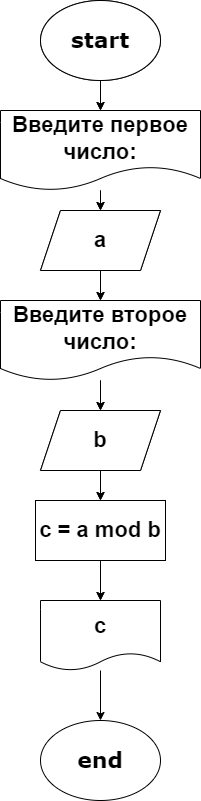
The draw.io diagram 005-chapter/002/05_diagram.drawio.png in me4tatelnica/fuulstack-lessons-ska, before a commit. Source tidied: cells renumbered, new cells last; positions are measured from the earlier drawing's top-left corner, leaving out a move shared by most shapes.
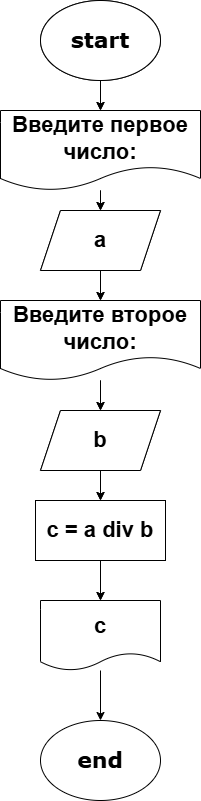
The same file after the commit.

Commit message:
Исправлена пятая схема

The edit, as a diff of the source:
```diff
@@ -75,7 +75,7 @@
     <mxCell id="22" style="edgeStyle=none;html=1;" parent="1" edge="1" source="26" target="24">
       <mxGeometry relative="1" as="geometry" />
     </mxCell>
-    <mxCell id="23" value="&lt;b&gt;&lt;font style=&quot;font-size: 22px;&quot;&gt;c = a mod b&lt;/font&gt;&lt;/b&gt;" style="rounded=0;whiteSpace=wrap;html=1;" parent="1" vertex="1">
+    <mxCell id="23" value="&lt;b&gt;&lt;font style=&quot;font-size: 22px;&quot;&gt;c = a div b&lt;/font&gt;&lt;/b&gt;" style="rounded=0;whiteSpace=wrap;html=1;" parent="1" vertex="1">
       <mxGeometry x="35" y="500" width="130" height="60" as="geometry" />
     </mxCell>
     <mxCell id="24" value="&lt;font face=&quot;Verdana&quot;&gt;&lt;span style=&quot;font-size: 22px;&quot;&gt;&lt;b&gt;end&lt;/b&gt;&lt;/span&gt;&lt;/font&gt;" style="ellipse;whiteSpace=wrap;html=1;" parent="1" vertex="1">
```
